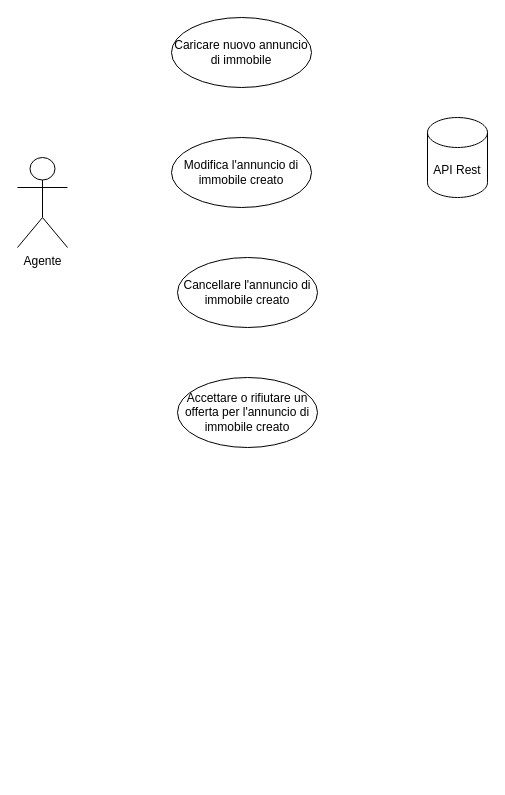
Sperob98/Documentazione-DietiEstates25 keeps this draw.io diagram as diagrammi/UseCase-Agente.drawio. Above is the earlier version. Source tidied: cells renumbered, new cells numbered last; positions are measured from the earlier drawing's top-left corner, leaving out a move shared by most shapes. Both pictures are drawn from the tidied source at 100%, with x=0, y=0 at pixel (17, 17).
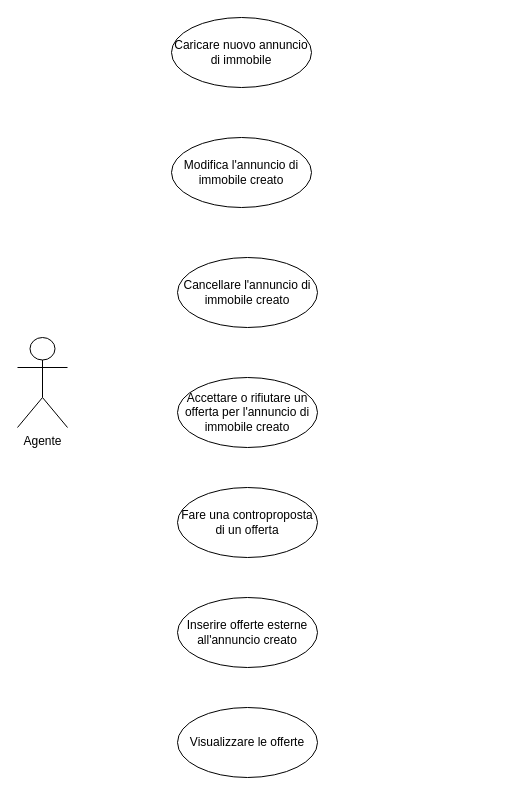
After the change.

Diff of the diagram source:
```diff
@@
 <mxGraphModel>
   <root>
     <mxCell id="0" />
     <mxCell id="1" parent="0" />
     <mxCell id="2" value="Agente" style="shape=umlActor;verticalLabelPosition=bottom;verticalAlign=top;html=1;" parent="1" vertex="1">
-      <mxGeometry y="140" width="50" height="90" as="geometry" />
+      <mxGeometry y="320" width="50" height="90" as="geometry" />
     </mxCell>
     <mxCell id="3" value="Caricare nuovo annuncio di immobile" style="ellipse;whiteSpace=wrap;html=1;" parent="1" vertex="1">
       <mxGeometry x="154" width="140" height="70" as="geometry" />
     </mxCell>
     <mxCell id="4" value="Modifica l'annuncio di immobile creato" style="ellipse;whiteSpace=wrap;html=1;" parent="1" vertex="1">
       <mxGeometry x="154" y="120" width="140" height="70" as="geometry" />
     </mxCell>
     <mxCell id="5" value="Cancellare l'annuncio di immobile creato" style="ellipse;whiteSpace=wrap;html=1;" parent="1" vertex="1">
       <mxGeometry x="160" y="240" width="140" height="70" as="geometry" />
     </mxCell>
     <mxCell id="6" value="Accettare o rifiutare un offerta per l'annuncio di immobile creato" style="ellipse;whiteSpace=wrap;html=1;" parent="1" vertex="1">
       <mxGeometry x="160" y="360" width="140" height="70" as="geometry" />
     </mxCell>
-    <mxCell id="7" value="API Rest" style="shape=cylinder3;whiteSpace=wrap;html=1;boundedLbl=1;backgroundOutline=1;size=15;" parent="1" vertex="1">
-      <mxGeometry x="410" y="100" width="60" height="80" as="geometry" />
-    </mxCell>
+    <mxCell id="8" value="Fare una controproposta di un offerta" style="ellipse;whiteSpace=wrap;html=1;" parent="1" vertex="1">
+      <mxGeometry x="160" y="470" width="140" height="70" as="geometry" />
+    </mxCell>
+    <mxCell id="9" value="Inserire offerte esterne all'annuncio creato" style="ellipse;whiteSpace=wrap;html=1;" parent="1" vertex="1">
+      <mxGeometry x="160" y="580" width="140" height="70" as="geometry" />
+    </mxCell>
+    <mxCell id="10" value="Visualizzare le offerte" style="ellipse;whiteSpace=wrap;html=1;" parent="1" vertex="1">
+      <mxGeometry x="160" y="690" width="140" height="70" as="geometry" />
+    </mxCell>
   </root>
 </mxGraphModel>
```
